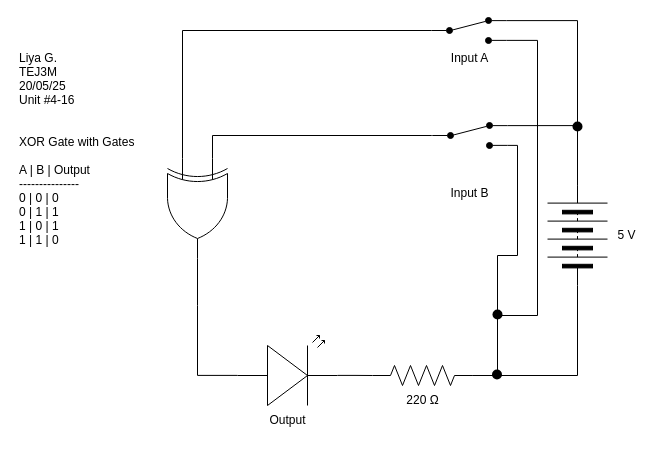
Liya-Getachew/TEJ3M-Unit4 keeps this draw.io diagram as Unit 4-16/4-16.drawio. Above is the earlier version. Source tidied: cells renumbered, new cells numbered last; positions are measured from the earlier drawing's top-left corner, leaving out a move shared by most shapes. Both pictures are drawn from the tidied source at 100%, with x=0, y=0 at pixel (17, 17).
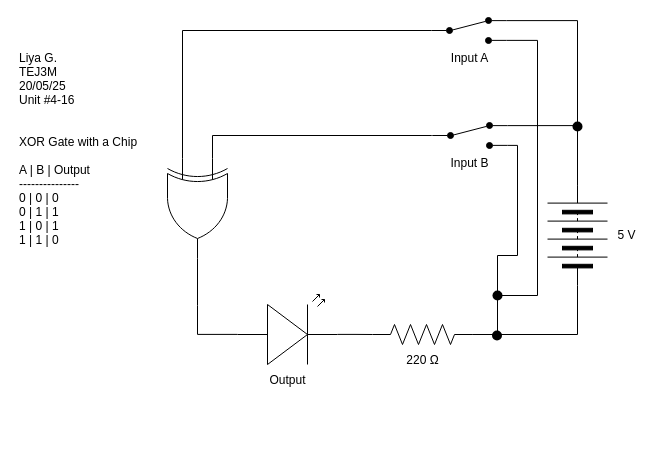
The same page after the edit.

The change refers to these unchanged cells:
```xml
<mxCell id="9" style="html=1;shape=mxgraph.electrical.electro-mechanical.twoWaySwitch;elSwitchState=2;flipH=0;flipV=0;fillColor=#000000;" parent="1" vertex="1">
  <mxGeometry x="414" width="75" height="26" as="geometry" />
</mxCell>
<mxCell id="11" style="html=1;shape=mxgraph.electrical.electro-mechanical.twoWaySwitch;elSwitchState=2;flipH=0;flipV=0;fillColor=#000000;" parent="1" vertex="1">
  <mxGeometry x="415" y="105" width="75" height="26" as="geometry" />
</mxCell>
```

What changed in the source:
```diff
@@
     <mxCell id="2" style="verticalLabelPosition=bottom;shadow=0;dashed=0;align=center;html=1;verticalAlign=top;shape=mxgraph.electrical.opto_electronics.led_2;rotation=-180;flipH=1;flipV=1;" parent="1" vertex="1">
-      <mxGeometry x="220" y="318" width="100" height="70" as="geometry" />
+      <mxGeometry x="220" y="277" width="100" height="70" as="geometry" />
     </mxCell>
@@
     <mxCell id="4" style="verticalLabelPosition=bottom;shadow=0;dashed=0;align=center;html=1;verticalAlign=top;shape=mxgraph.electrical.resistors.resistor_2;rotation=0;flipV=0;flipH=0;" parent="1" vertex="1">
-      <mxGeometry x="355" y="348" width="100" height="20" as="geometry" />
+      <mxGeometry x="355" y="307" width="100" height="20" as="geometry" />
     </mxCell>
     <mxCell id="5" value="220&amp;nbsp;Ω" style="text;html=1;align=center;verticalAlign=middle;strokeColor=none;fillColor=none;" parent="1" vertex="1">
-      <mxGeometry x="375" y="368" width="60" height="30" as="geometry" />
+      <mxGeometry x="375" y="328" width="60" height="30" as="geometry" />
     </mxCell>
@@
     <mxCell id="8" style="edgeStyle=orthogonalEdgeStyle;html=1;exitX=1;exitY=0.88;exitDx=0;exitDy=0;rounded=0;endArrow=none;endFill=0;" parent="1" edge="1" source="9">
       <mxGeometry relative="1" as="geometry">
-        <mxPoint x="480" y="298" as="targetPoint" />
+        <mxPoint x="480" y="278" as="targetPoint" />
         <Array as="points">
           <mxPoint x="520" y="23" />
-          <mxPoint x="520" y="298" />
+          <mxPoint x="520" y="278" />
+          <mxPoint x="480" y="278" />
         </Array>
       </mxGeometry>
     </mxCell>
@@
     <mxCell id="13" value="Input B" style="text;html=1;align=center;verticalAlign=middle;strokeColor=none;fillColor=none;" parent="1" vertex="1">
-      <mxGeometry x="421.5" y="161" width="60" height="30" as="geometry" />
+      <mxGeometry x="421.5" y="131" width="60" height="30" as="geometry" />
     </mxCell>
@@
-    <mxCell id="15" value="XOR Gate with Gates&#10;&#10;A | B | Output&#10;---------------&#10;0 | 0 | 0&#10;0 | 1 | 1&#10;1 | 0 | 1&#10;1 | 1 | 0" style="text;align=left;verticalAlign=middle;strokeColor=none;fillColor=none;" parent="1" vertex="1">
+    <mxCell id="15" value="XOR Gate with a Chip&#10;&#10;A | B | Output&#10;---------------&#10;0 | 0 | 0&#10;0 | 1 | 1&#10;1 | 0 | 1&#10;1 | 1 | 0" style="text;align=left;verticalAlign=middle;strokeColor=none;fillColor=none;" parent="1" vertex="1">
       <mxGeometry y="108" width="140" height="130" as="geometry" />
     </mxCell>
     <mxCell id="16" style="edgeStyle=orthogonalEdgeStyle;html=1;entryX=0;entryY=0.57;entryDx=0;entryDy=0;entryPerimeter=0;endArrow=none;endFill=0;rounded=0;" parent="1" edge="1" target="2">
       <mxGeometry relative="1" as="geometry">
         <mxPoint x="180" y="288" as="sourcePoint" />
         <Array as="points">
-          <mxPoint x="180" y="358" />
+          <mxPoint x="180" y="317" />
         </Array>
       </mxGeometry>
     </mxCell>
@@
     <mxCell id="18" style="edgeStyle=orthogonalEdgeStyle;html=1;exitX=1;exitY=0.88;exitDx=0;exitDy=0;entryX=1;entryY=0.5;entryDx=0;entryDy=0;entryPerimeter=0;rounded=0;endArrow=none;endFill=0;" parent="1" edge="1" source="11" target="4">
       <mxGeometry relative="1" as="geometry">
         <Array as="points">
           <mxPoint x="500" y="128" />
           <mxPoint x="500" y="238" />
           <mxPoint x="480" y="238" />
-          <mxPoint x="480" y="358" />
+          <mxPoint x="480" y="317" />
         </Array>
       </mxGeometry>
     </mxCell>
@@
     <mxCell id="20" style="shape=waypoint;sketch=0;size=6;fillColor=none;perimeter=centerPerimeter;strokeWidth=3;" parent="1" vertex="1">
-      <mxGeometry x="470" y="287" width="20" height="20" as="geometry" />
+      <mxGeometry x="470" y="268" width="20" height="20" as="geometry" />
     </mxCell>
     <mxCell id="21" style="shape=waypoint;sketch=0;size=6;fillColor=none;perimeter=centerPerimeter;strokeWidth=3;" parent="1" vertex="1">
-      <mxGeometry x="469.5" y="347" width="20" height="20" as="geometry" />
+      <mxGeometry x="469.5" y="308" width="20" height="20" as="geometry" />
     </mxCell>
@@
     <mxCell id="23" value="Output" style="text;html=1;align=center;verticalAlign=middle;strokeColor=none;fillColor=none;" parent="1" vertex="1">
-      <mxGeometry x="240" y="388" width="60" height="30" as="geometry" />
+      <mxGeometry x="240" y="348" width="60" height="30" as="geometry" />
     </mxCell>
```
